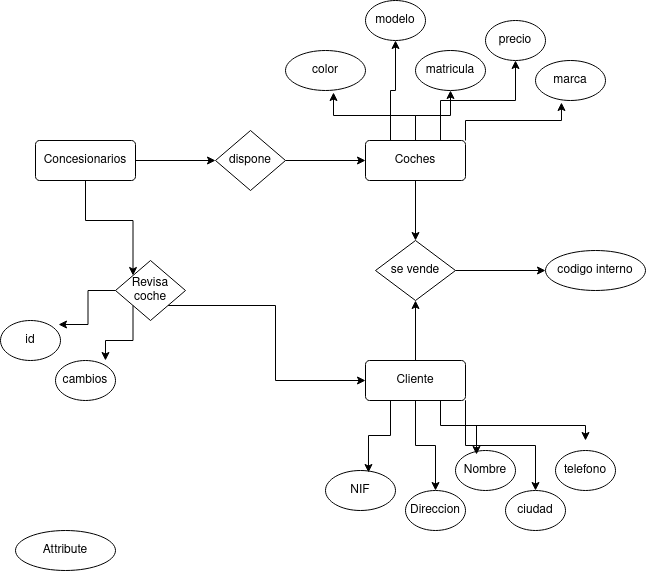
Earlier version of the draw.io export Unidad-1/Tareas/Tarea-6/Tarea-6.drawio.png (CRhernandez1/base-datos). Source tidied: cells renumbered, new cells last; positions are measured from the earlier drawing's top-left corner, leaving out a move shared by most shapes. The source it was exported from:
```xml
<mxGraphModel>
  <root>
    <mxCell id="0" />
    <mxCell id="1" parent="0" />
    <mxCell id="2" style="edgeStyle=orthogonalEdgeStyle;rounded=0;jettySize=auto;html=1;exitX=1;exitY=0.5;exitDx=0;exitDy=0;entryX=0;entryY=0.5;entryDx=0;entryDy=0;" parent="1" edge="1" source="4" target="6">
      <mxGeometry relative="1" as="geometry" />
    </mxCell>
    <mxCell id="3" style="edgeStyle=orthogonalEdgeStyle;rounded=0;jettySize=auto;html=1;exitX=0.5;exitY=1;exitDx=0;exitDy=0;entryX=0;entryY=0;entryDx=0;entryDy=0;" parent="1" edge="1" source="4" target="17">
      <mxGeometry relative="1" as="geometry" />
    </mxCell>
    <mxCell id="4" value="Concesionarios" style="rounded=1;arcSize=10;whiteSpace=wrap;html=1;align=center;" parent="1" vertex="1">
      <mxGeometry x="35" y="140" width="100" height="40" as="geometry" />
    </mxCell>
    <mxCell id="5" style="edgeStyle=orthogonalEdgeStyle;rounded=0;jettySize=auto;html=1;exitX=1;exitY=0.5;exitDx=0;exitDy=0;" parent="1" edge="1" source="6" target="15">
      <mxGeometry relative="1" as="geometry" />
    </mxCell>
    <mxCell id="6" value="dispone" style="shape=rhombus;perimeter=rhombusPerimeter;whiteSpace=wrap;html=1;align=center;" parent="1" vertex="1">
      <mxGeometry x="215" y="130" width="70" height="60" as="geometry" />
    </mxCell>
    <mxCell id="7" style="edgeStyle=orthogonalEdgeStyle;rounded=0;jettySize=auto;html=1;exitX=0.5;exitY=0;exitDx=0;exitDy=0;entryX=0.5;entryY=1;entryDx=0;entryDy=0;" parent="1" edge="1" source="10" target="19">
      <mxGeometry relative="1" as="geometry" />
    </mxCell>
    <mxCell id="8" style="edgeStyle=orthogonalEdgeStyle;rounded=0;jettySize=auto;html=1;exitX=0.5;exitY=1;exitDx=0;exitDy=0;" parent="1" edge="1" source="10" target="34">
      <mxGeometry relative="1" as="geometry" />
    </mxCell>
    <mxCell id="9" style="edgeStyle=orthogonalEdgeStyle;rounded=0;jettySize=auto;html=1;exitX=1;exitY=1;exitDx=0;exitDy=0;entryX=0.5;entryY=0;entryDx=0;entryDy=0;" parent="1" edge="1" source="10" target="37">
      <mxGeometry relative="1" as="geometry" />
    </mxCell>
    <mxCell id="10" value="&lt;div&gt;Cliente&lt;/div&gt;" style="rounded=1;arcSize=10;whiteSpace=wrap;html=1;align=center;" parent="1" vertex="1">
      <mxGeometry x="365" y="360" width="100" height="40" as="geometry" />
    </mxCell>
    <mxCell id="11" style="edgeStyle=orthogonalEdgeStyle;rounded=0;jettySize=auto;html=1;exitX=0.5;exitY=1;exitDx=0;exitDy=0;" parent="1" edge="1" source="15" target="19">
      <mxGeometry relative="1" as="geometry" />
    </mxCell>
    <mxCell id="12" style="edgeStyle=orthogonalEdgeStyle;rounded=0;jettySize=auto;html=1;exitX=0.5;exitY=0;exitDx=0;exitDy=0;entryX=0.5;entryY=1;entryDx=0;entryDy=0;" parent="1" edge="1" source="15" target="23">
      <mxGeometry relative="1" as="geometry" />
    </mxCell>
    <mxCell id="13" style="edgeStyle=orthogonalEdgeStyle;rounded=0;jettySize=auto;html=1;exitX=0.75;exitY=0;exitDx=0;exitDy=0;entryX=0.5;entryY=1;entryDx=0;entryDy=0;" parent="1" edge="1" source="15" target="29">
      <mxGeometry relative="1" as="geometry" />
    </mxCell>
    <mxCell id="14" style="edgeStyle=orthogonalEdgeStyle;rounded=0;jettySize=auto;html=1;exitX=0.25;exitY=0;exitDx=0;exitDy=0;entryX=0.5;entryY=1;entryDx=0;entryDy=0;" parent="1" edge="1" source="15" target="28">
      <mxGeometry relative="1" as="geometry" />
    </mxCell>
    <mxCell id="15" value="&lt;div&gt;Coches&lt;/div&gt;" style="rounded=1;arcSize=10;whiteSpace=wrap;html=1;align=center;" parent="1" vertex="1">
      <mxGeometry x="365" y="140" width="100" height="40" as="geometry" />
    </mxCell>
    <mxCell id="16" style="edgeStyle=orthogonalEdgeStyle;rounded=0;jettySize=auto;html=1;exitX=1;exitY=1;exitDx=0;exitDy=0;entryX=0;entryY=0.5;entryDx=0;entryDy=0;" parent="1" edge="1" source="17" target="10">
      <mxGeometry relative="1" as="geometry" />
    </mxCell>
    <mxCell id="17" value="&lt;div&gt;Revisa&lt;/div&gt;&lt;div&gt;coche&lt;/div&gt;" style="shape=rhombus;perimeter=rhombusPerimeter;whiteSpace=wrap;html=1;align=center;" parent="1" vertex="1">
      <mxGeometry x="115" y="260" width="70" height="60" as="geometry" />
    </mxCell>
    <mxCell id="18" style="edgeStyle=orthogonalEdgeStyle;rounded=0;jettySize=auto;html=1;exitX=1;exitY=0.5;exitDx=0;exitDy=0;entryX=0;entryY=0.5;entryDx=0;entryDy=0;" parent="1" edge="1" source="19" target="40">
      <mxGeometry relative="1" as="geometry" />
    </mxCell>
    <mxCell id="19" value="se vende" style="shape=rhombus;perimeter=rhombusPerimeter;whiteSpace=wrap;html=1;align=center;" parent="1" vertex="1">
      <mxGeometry x="375" y="240" width="80" height="60" as="geometry" />
    </mxCell>
    <mxCell id="20" value="&lt;div&gt;id&lt;/div&gt;" style="ellipse;whiteSpace=wrap;html=1;align=center;" parent="1" vertex="1">
      <mxGeometry y="320" width="60" height="40" as="geometry" />
    </mxCell>
    <mxCell id="21" value="cambios" style="ellipse;whiteSpace=wrap;html=1;align=center;" parent="1" vertex="1">
      <mxGeometry x="55" y="360" width="60" height="40" as="geometry" />
    </mxCell>
    <mxCell id="22" value="marca" style="ellipse;whiteSpace=wrap;html=1;align=center;" parent="1" vertex="1">
      <mxGeometry x="535" y="60" width="70" height="40" as="geometry" />
    </mxCell>
    <mxCell id="23" value="matricula" style="ellipse;whiteSpace=wrap;html=1;align=center;" parent="1" vertex="1">
      <mxGeometry x="415" y="50" width="70" height="40" as="geometry" />
    </mxCell>
    <mxCell id="24" style="edgeStyle=orthogonalEdgeStyle;rounded=0;jettySize=auto;html=1;exitX=0;exitY=0.5;exitDx=0;exitDy=0;entryX=0.967;entryY=0.1;entryDx=0;entryDy=0;entryPerimeter=0;" parent="1" edge="1" source="17" target="20">
      <mxGeometry relative="1" as="geometry" />
    </mxCell>
    <mxCell id="25" style="edgeStyle=orthogonalEdgeStyle;rounded=0;jettySize=auto;html=1;exitX=0;exitY=1;exitDx=0;exitDy=0;entryX=0.833;entryY=0;entryDx=0;entryDy=0;entryPerimeter=0;" parent="1" edge="1" source="17" target="21">
      <mxGeometry relative="1" as="geometry" />
    </mxCell>
    <mxCell id="26" value="Attribute" style="ellipse;whiteSpace=wrap;html=1;align=center;" parent="1" vertex="1">
      <mxGeometry x="15" y="530" width="100" height="40" as="geometry" />
    </mxCell>
    <mxCell id="27" value="color" style="ellipse;whiteSpace=wrap;html=1;align=center;" parent="1" vertex="1">
      <mxGeometry x="285" y="50" width="80" height="40" as="geometry" />
    </mxCell>
    <mxCell id="28" value="modelo" style="ellipse;whiteSpace=wrap;html=1;align=center;" parent="1" vertex="1">
      <mxGeometry x="365" width="60" height="40" as="geometry" />
    </mxCell>
    <mxCell id="29" value="precio" style="ellipse;whiteSpace=wrap;html=1;align=center;" parent="1" vertex="1">
      <mxGeometry x="485" y="20" width="60" height="40" as="geometry" />
    </mxCell>
    <mxCell id="30" style="edgeStyle=orthogonalEdgeStyle;rounded=0;jettySize=auto;html=1;exitX=0.5;exitY=0;exitDx=0;exitDy=0;entryX=0.6;entryY=1.05;entryDx=0;entryDy=0;entryPerimeter=0;" parent="1" edge="1" source="15" target="27">
      <mxGeometry relative="1" as="geometry" />
    </mxCell>
    <mxCell id="31" style="edgeStyle=orthogonalEdgeStyle;rounded=0;jettySize=auto;html=1;exitX=1;exitY=0;exitDx=0;exitDy=0;entryX=0.371;entryY=1.05;entryDx=0;entryDy=0;entryPerimeter=0;" parent="1" edge="1" source="15" target="22">
      <mxGeometry relative="1" as="geometry" />
    </mxCell>
    <mxCell id="32" value="Nombre" style="ellipse;whiteSpace=wrap;html=1;align=center;" parent="1" vertex="1">
      <mxGeometry x="455" y="450" width="60" height="40" as="geometry" />
    </mxCell>
    <mxCell id="33" value="NIF" style="ellipse;whiteSpace=wrap;html=1;align=center;" parent="1" vertex="1">
      <mxGeometry x="325" y="470" width="70" height="40" as="geometry" />
    </mxCell>
    <mxCell id="34" value="Direccion" style="ellipse;whiteSpace=wrap;html=1;align=center;" parent="1" vertex="1">
      <mxGeometry x="405" y="490" width="60" height="40" as="geometry" />
    </mxCell>
    <mxCell id="35" style="edgeStyle=orthogonalEdgeStyle;rounded=0;jettySize=auto;html=1;exitX=0.75;exitY=1;exitDx=0;exitDy=0;entryX=0.35;entryY=0.1;entryDx=0;entryDy=0;entryPerimeter=0;" parent="1" edge="1" source="10" target="32">
      <mxGeometry relative="1" as="geometry" />
    </mxCell>
    <mxCell id="36" style="edgeStyle=orthogonalEdgeStyle;rounded=0;jettySize=auto;html=1;exitX=0.25;exitY=1;exitDx=0;exitDy=0;entryX=0.614;entryY=0.05;entryDx=0;entryDy=0;entryPerimeter=0;" parent="1" edge="1" source="10" target="33">
      <mxGeometry relative="1" as="geometry" />
    </mxCell>
    <mxCell id="37" value="ciudad" style="ellipse;whiteSpace=wrap;html=1;align=center;" parent="1" vertex="1">
      <mxGeometry x="505" y="490" width="60" height="40" as="geometry" />
    </mxCell>
    <mxCell id="38" value="telefono" style="ellipse;whiteSpace=wrap;html=1;align=center;" parent="1" vertex="1">
      <mxGeometry x="555" y="450" width="60" height="40" as="geometry" />
    </mxCell>
    <mxCell id="39" style="edgeStyle=orthogonalEdgeStyle;rounded=0;jettySize=auto;html=1;exitX=1;exitY=1;exitDx=0;exitDy=0;entryX=0.5;entryY=-0.25;entryDx=0;entryDy=0;entryPerimeter=0;" parent="1" edge="1" source="10" target="38">
      <mxGeometry relative="1" as="geometry" />
    </mxCell>
    <mxCell id="40" value="codigo interno" style="ellipse;whiteSpace=wrap;html=1;align=center;" parent="1" vertex="1">
      <mxGeometry x="545" y="250" width="100" height="40" as="geometry" />
    </mxCell>
  </root>
</mxGraphModel>
```
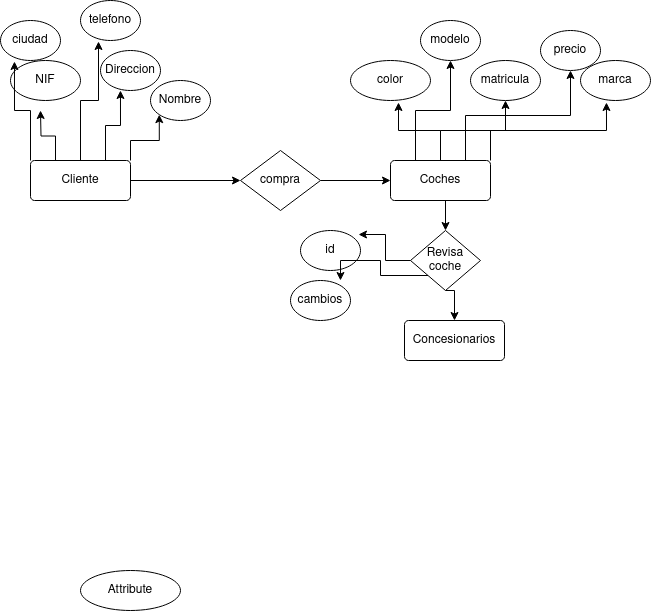
Above is the later version.

Diff of the diagram source:
```diff
@@ -2,36 +2,23 @@
   <root>
     <mxCell id="0" />
     <mxCell id="1" parent="0" />
-    <mxCell id="2" style="edgeStyle=orthogonalEdgeStyle;rounded=0;jettySize=auto;html=1;exitX=1;exitY=0.5;exitDx=0;exitDy=0;entryX=0;entryY=0.5;entryDx=0;entryDy=0;" parent="1" edge="1" source="4" target="6">
-      <mxGeometry relative="1" as="geometry" />
-    </mxCell>
-    <mxCell id="3" style="edgeStyle=orthogonalEdgeStyle;rounded=0;jettySize=auto;html=1;exitX=0.5;exitY=1;exitDx=0;exitDy=0;entryX=0;entryY=0;entryDx=0;entryDy=0;" parent="1" edge="1" source="4" target="17">
-      <mxGeometry relative="1" as="geometry" />
-    </mxCell>
     <mxCell id="4" value="Concesionarios" style="rounded=1;arcSize=10;whiteSpace=wrap;html=1;align=center;" parent="1" vertex="1">
-      <mxGeometry x="35" y="140" width="100" height="40" as="geometry" />
+      <mxGeometry x="339" y="280" width="100" height="40" as="geometry" />
     </mxCell>
-    <mxCell id="5" style="edgeStyle=orthogonalEdgeStyle;rounded=0;jettySize=auto;html=1;exitX=1;exitY=0.5;exitDx=0;exitDy=0;" parent="1" edge="1" source="6" target="15">
-      <mxGeometry relative="1" as="geometry" />
-    </mxCell>
-    <mxCell id="6" value="dispone" style="shape=rhombus;perimeter=rhombusPerimeter;whiteSpace=wrap;html=1;align=center;" parent="1" vertex="1">
-      <mxGeometry x="215" y="130" width="70" height="60" as="geometry" />
-    </mxCell>
-    <mxCell id="7" style="edgeStyle=orthogonalEdgeStyle;rounded=0;jettySize=auto;html=1;exitX=0.5;exitY=0;exitDx=0;exitDy=0;entryX=0.5;entryY=1;entryDx=0;entryDy=0;" parent="1" edge="1" source="10" target="19">
+    <mxCell id="7" style="edgeStyle=orthogonalEdgeStyle;rounded=0;jettySize=auto;html=1;exitX=1;exitY=0.5;exitDx=0;exitDy=0;entryX=0;entryY=0.5;entryDx=0;entryDy=0;" parent="1" edge="1" source="10" target="19">
       <mxGeometry relative="1" as="geometry" />
     </mxCell>
-    <mxCell id="8" style="edgeStyle=orthogonalEdgeStyle;rounded=0;jettySize=auto;html=1;exitX=0.5;exitY=1;exitDx=0;exitDy=0;" parent="1" edge="1" source="10" target="34">
-      <mxGeometry relative="1" as="geometry" />
-    </mxCell>
-    <mxCell id="9" style="edgeStyle=orthogonalEdgeStyle;rounded=0;jettySize=auto;html=1;exitX=1;exitY=1;exitDx=0;exitDy=0;entryX=0.5;entryY=0;entryDx=0;entryDy=0;" parent="1" edge="1" source="10" target="37">
-      <mxGeometry relative="1" as="geometry" />
-    </mxCell>
+    <mxCell id="41" style="edgeStyle=orthogonalEdgeStyle;rounded=0;jettySize=auto;html=1;exitX=0.25;exitY=0;exitDx=0;exitDy=0;" parent="1" edge="1" source="10">
+      <mxGeometry relative="1" as="geometry">
+        <mxPoint x="-25" y="70" as="targetPoint" />
+      </mxGeometry>
+    </mxCell>
+    <mxCell id="35" style="edgeStyle=orthogonalEdgeStyle;rounded=0;jettySize=auto;html=1;exitX=1;exitY=0;exitDx=0;exitDy=0;entryX=0;entryY=1;entryDx=0;entryDy=0;" parent="1" edge="1" source="10" target="32">
+      <mxGeometry relative="1" as="geometry" />
+    </mxCell>
     <mxCell id="10" value="&lt;div&gt;Cliente&lt;/div&gt;" style="rounded=1;arcSize=10;whiteSpace=wrap;html=1;align=center;" parent="1" vertex="1">
-      <mxGeometry x="365" y="360" width="100" height="40" as="geometry" />
+      <mxGeometry x="-35" y="120" width="100" height="40" as="geometry" />
     </mxCell>
-    <mxCell id="11" style="edgeStyle=orthogonalEdgeStyle;rounded=0;jettySize=auto;html=1;exitX=0.5;exitY=1;exitDx=0;exitDy=0;" parent="1" edge="1" source="15" target="19">
-      <mxGeometry relative="1" as="geometry" />
-    </mxCell>
     <mxCell id="12" style="edgeStyle=orthogonalEdgeStyle;rounded=0;jettySize=auto;html=1;exitX=0.5;exitY=0;exitDx=0;exitDy=0;entryX=0.5;entryY=1;entryDx=0;entryDy=0;" parent="1" edge="1" source="15" target="23">
       <mxGeometry relative="1" as="geometry" />
     </mxCell>
@@ -41,32 +28,35 @@
     <mxCell id="14" style="edgeStyle=orthogonalEdgeStyle;rounded=0;jettySize=auto;html=1;exitX=0.25;exitY=0;exitDx=0;exitDy=0;entryX=0.5;entryY=1;entryDx=0;entryDy=0;" parent="1" edge="1" source="15" target="28">
       <mxGeometry relative="1" as="geometry" />
     </mxCell>
+    <mxCell id="42" style="edgeStyle=orthogonalEdgeStyle;rounded=0;jettySize=auto;html=1;exitX=0.5;exitY=1;exitDx=0;exitDy=0;entryX=0.5;entryY=0;entryDx=0;entryDy=0;" parent="1" edge="1" source="15" target="17">
+      <mxGeometry relative="1" as="geometry" />
+    </mxCell>
     <mxCell id="15" value="&lt;div&gt;Coches&lt;/div&gt;" style="rounded=1;arcSize=10;whiteSpace=wrap;html=1;align=center;" parent="1" vertex="1">
-      <mxGeometry x="365" y="140" width="100" height="40" as="geometry" />
+      <mxGeometry x="325" y="120" width="100" height="40" as="geometry" />
     </mxCell>
-    <mxCell id="16" style="edgeStyle=orthogonalEdgeStyle;rounded=0;jettySize=auto;html=1;exitX=1;exitY=1;exitDx=0;exitDy=0;entryX=0;entryY=0.5;entryDx=0;entryDy=0;" parent="1" edge="1" source="17" target="10">
-      <mxGeometry relative="1" as="geometry" />
-    </mxCell>
+    <mxCell id="43" style="edgeStyle=orthogonalEdgeStyle;rounded=0;jettySize=auto;html=1;exitX=0.5;exitY=1;exitDx=0;exitDy=0;entryX=0.5;entryY=0;entryDx=0;entryDy=0;" parent="1" edge="1" source="17" target="4">
+      <mxGeometry relative="1" as="geometry" />
+    </mxCell>
     <mxCell id="17" value="&lt;div&gt;Revisa&lt;/div&gt;&lt;div&gt;coche&lt;/div&gt;" style="shape=rhombus;perimeter=rhombusPerimeter;whiteSpace=wrap;html=1;align=center;" parent="1" vertex="1">
-      <mxGeometry x="115" y="260" width="70" height="60" as="geometry" />
+      <mxGeometry x="345" y="190" width="70" height="60" as="geometry" />
     </mxCell>
-    <mxCell id="18" style="edgeStyle=orthogonalEdgeStyle;rounded=0;jettySize=auto;html=1;exitX=1;exitY=0.5;exitDx=0;exitDy=0;entryX=0;entryY=0.5;entryDx=0;entryDy=0;" parent="1" edge="1" source="19" target="40">
-      <mxGeometry relative="1" as="geometry" />
-    </mxCell>
+    <mxCell id="44" style="edgeStyle=orthogonalEdgeStyle;rounded=0;jettySize=auto;html=1;exitX=1;exitY=0.5;exitDx=0;exitDy=0;entryX=0;entryY=0.5;entryDx=0;entryDy=0;" parent="1" edge="1" source="19" target="15">
+      <mxGeometry relative="1" as="geometry" />
+    </mxCell>
-    <mxCell id="19" value="se vende" style="shape=rhombus;perimeter=rhombusPerimeter;whiteSpace=wrap;html=1;align=center;" parent="1" vertex="1">
-      <mxGeometry x="375" y="240" width="80" height="60" as="geometry" />
+    <mxCell id="19" value="compra" style="shape=rhombus;perimeter=rhombusPerimeter;whiteSpace=wrap;html=1;align=center;" parent="1" vertex="1">
+      <mxGeometry x="175" y="110" width="80" height="60" as="geometry" />
     </mxCell>
     <mxCell id="20" value="&lt;div&gt;id&lt;/div&gt;" style="ellipse;whiteSpace=wrap;html=1;align=center;" parent="1" vertex="1">
-      <mxGeometry y="320" width="60" height="40" as="geometry" />
+      <mxGeometry x="235" y="190" width="60" height="40" as="geometry" />
     </mxCell>
     <mxCell id="21" value="cambios" style="ellipse;whiteSpace=wrap;html=1;align=center;" parent="1" vertex="1">
-      <mxGeometry x="55" y="360" width="60" height="40" as="geometry" />
+      <mxGeometry x="225" y="240" width="60" height="40" as="geometry" />
     </mxCell>
     <mxCell id="22" value="marca" style="ellipse;whiteSpace=wrap;html=1;align=center;" parent="1" vertex="1">
-      <mxGeometry x="535" y="60" width="70" height="40" as="geometry" />
+      <mxGeometry x="515" y="20" width="70" height="40" as="geometry" />
     </mxCell>
     <mxCell id="23" value="matricula" style="ellipse;whiteSpace=wrap;html=1;align=center;" parent="1" vertex="1">
-      <mxGeometry x="415" y="50" width="70" height="40" as="geometry" />
+      <mxGeometry x="405" y="20" width="70" height="40" as="geometry" />
     </mxCell>
     <mxCell id="24" style="edgeStyle=orthogonalEdgeStyle;rounded=0;jettySize=auto;html=1;exitX=0;exitY=0.5;exitDx=0;exitDy=0;entryX=0.967;entryY=0.1;entryDx=0;entryDy=0;entryPerimeter=0;" parent="1" edge="1" source="17" target="20">
       <mxGeometry relative="1" as="geometry" />
@@ -78,13 +68,13 @@
       <mxGeometry x="15" y="530" width="100" height="40" as="geometry" />
     </mxCell>
     <mxCell id="27" value="color" style="ellipse;whiteSpace=wrap;html=1;align=center;" parent="1" vertex="1">
-      <mxGeometry x="285" y="50" width="80" height="40" as="geometry" />
+      <mxGeometry x="285" y="20" width="80" height="40" as="geometry" />
     </mxCell>
     <mxCell id="28" value="modelo" style="ellipse;whiteSpace=wrap;html=1;align=center;" parent="1" vertex="1">
-      <mxGeometry x="365" width="60" height="40" as="geometry" />
+      <mxGeometry x="355" y="-20" width="60" height="40" as="geometry" />
     </mxCell>
     <mxCell id="29" value="precio" style="ellipse;whiteSpace=wrap;html=1;align=center;" parent="1" vertex="1">
-      <mxGeometry x="485" y="20" width="60" height="40" as="geometry" />
+      <mxGeometry x="475" y="-10" width="60" height="40" as="geometry" />
     </mxCell>
     <mxCell id="30" style="edgeStyle=orthogonalEdgeStyle;rounded=0;jettySize=auto;html=1;exitX=0.5;exitY=0;exitDx=0;exitDy=0;entryX=0.6;entryY=1.05;entryDx=0;entryDy=0;entryPerimeter=0;" parent="1" edge="1" source="15" target="27">
       <mxGeometry relative="1" as="geometry" />
@@ -93,31 +83,28 @@
       <mxGeometry relative="1" as="geometry" />
     </mxCell>
     <mxCell id="32" value="Nombre" style="ellipse;whiteSpace=wrap;html=1;align=center;" parent="1" vertex="1">
-      <mxGeometry x="455" y="450" width="60" height="40" as="geometry" />
+      <mxGeometry x="85" y="40" width="60" height="40" as="geometry" />
     </mxCell>
     <mxCell id="33" value="NIF" style="ellipse;whiteSpace=wrap;html=1;align=center;" parent="1" vertex="1">
-      <mxGeometry x="325" y="470" width="70" height="40" as="geometry" />
+      <mxGeometry x="-55" y="20" width="70" height="40" as="geometry" />
     </mxCell>
     <mxCell id="34" value="Direccion" style="ellipse;whiteSpace=wrap;html=1;align=center;" parent="1" vertex="1">
-      <mxGeometry x="405" y="490" width="60" height="40" as="geometry" />
+      <mxGeometry x="35" y="10" width="60" height="40" as="geometry" />
     </mxCell>
-    <mxCell id="35" style="edgeStyle=orthogonalEdgeStyle;rounded=0;jettySize=auto;html=1;exitX=0.75;exitY=1;exitDx=0;exitDy=0;entryX=0.35;entryY=0.1;entryDx=0;entryDy=0;entryPerimeter=0;" parent="1" edge="1" source="10" target="32">
-      <mxGeometry relative="1" as="geometry" />
-    </mxCell>
-    <mxCell id="36" style="edgeStyle=orthogonalEdgeStyle;rounded=0;jettySize=auto;html=1;exitX=0.25;exitY=1;exitDx=0;exitDy=0;entryX=0.614;entryY=0.05;entryDx=0;entryDy=0;entryPerimeter=0;" parent="1" edge="1" source="10" target="33">
-      <mxGeometry relative="1" as="geometry" />
-    </mxCell>
     <mxCell id="37" value="ciudad" style="ellipse;whiteSpace=wrap;html=1;align=center;" parent="1" vertex="1">
-      <mxGeometry x="505" y="490" width="60" height="40" as="geometry" />
+      <mxGeometry x="-65" y="-20" width="60" height="40" as="geometry" />
     </mxCell>
     <mxCell id="38" value="telefono" style="ellipse;whiteSpace=wrap;html=1;align=center;" parent="1" vertex="1">
-      <mxGeometry x="555" y="450" width="60" height="40" as="geometry" />
+      <mxGeometry x="15" y="-40" width="60" height="40" as="geometry" />
     </mxCell>
+    <mxCell id="8" style="edgeStyle=orthogonalEdgeStyle;rounded=0;jettySize=auto;html=1;exitX=0.75;exitY=0;exitDx=0;exitDy=0;entryX=0.333;entryY=1;entryDx=0;entryDy=0;entryPerimeter=0;" parent="1" edge="1" source="10" target="34">
+      <mxGeometry relative="1" as="geometry" />
+    </mxCell>
+    <mxCell id="9" style="edgeStyle=orthogonalEdgeStyle;rounded=0;jettySize=auto;html=1;exitX=0;exitY=0;exitDx=0;exitDy=0;entryX=0.233;entryY=1.025;entryDx=0;entryDy=0;entryPerimeter=0;" parent="1" edge="1" source="10" target="37">
+      <mxGeometry relative="1" as="geometry" />
+    </mxCell>
-    <mxCell id="39" style="edgeStyle=orthogonalEdgeStyle;rounded=0;jettySize=auto;html=1;exitX=1;exitY=1;exitDx=0;exitDy=0;entryX=0.5;entryY=-0.25;entryDx=0;entryDy=0;entryPerimeter=0;" parent="1" edge="1" source="10" target="38">
+    <mxCell id="39" style="edgeStyle=orthogonalEdgeStyle;rounded=0;jettySize=auto;html=1;exitX=0.5;exitY=0;exitDx=0;exitDy=0;entryX=0.3;entryY=1.025;entryDx=0;entryDy=0;entryPerimeter=0;" parent="1" edge="1" source="10" target="38">
       <mxGeometry relative="1" as="geometry" />
     </mxCell>
-    <mxCell id="40" value="codigo interno" style="ellipse;whiteSpace=wrap;html=1;align=center;" parent="1" vertex="1">
-      <mxGeometry x="545" y="250" width="100" height="40" as="geometry" />
-    </mxCell>
   </root>
 </mxGraphModel>
```
